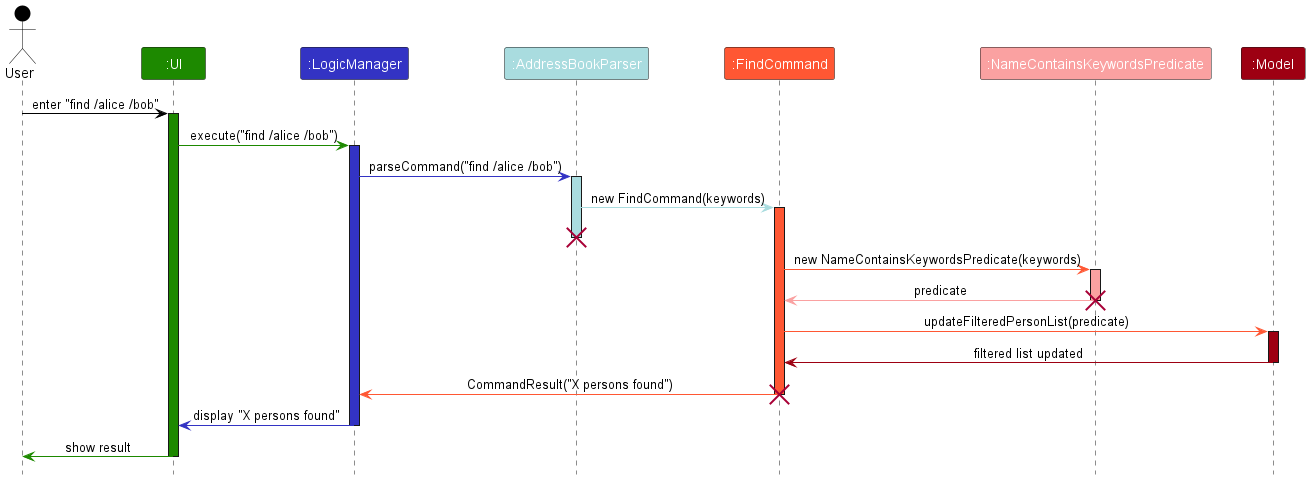
Earlier version of the PlantUML export docs/images/FindSequenceDiagram.png (Emberlynn-Loo/tp).
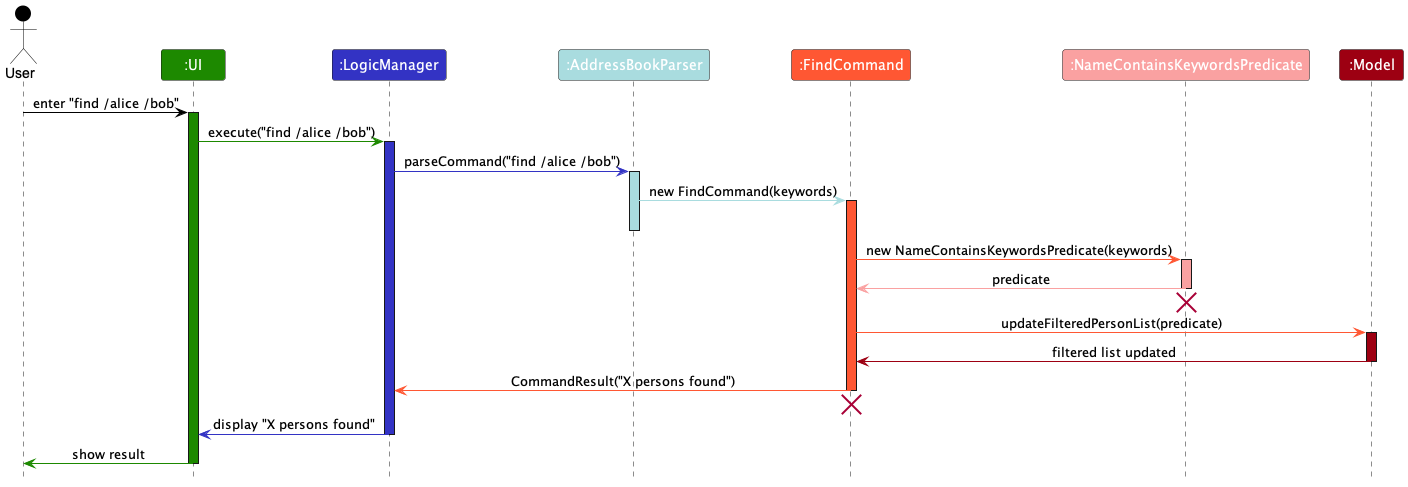
The same file after the commit.

The edit, as a diff of the source:
```diff
@@ -30,13 +30,13 @@
 parser -[ABPARSER_COLOR]> findCommand : new FindCommand(keywords)
 activate findCommand FINDCOMMAND_COLOR
 deactivate parser
-destroy parser
 
 findCommand -[FINDCOMMAND_COLOR]> predicate : new NameContainsKeywordsPredicate(keywords)
 activate predicate PREDICATE_COLOR
 
 predicate -[PREDICATE_COLOR]> findCommand : predicate
 deactivate predicate
+predicate --[HIDDEN]> findCommand :
 destroy predicate
 
 findCommand -[FINDCOMMAND_COLOR]> model : updateFilteredPersonList(predicate)
@@ -47,6 +47,7 @@
 
 findCommand -[FINDCOMMAND_COLOR]> logic : CommandResult("X persons found")
 deactivate findCommand
+findCommand --[HIDDEN]> :
 destroy findCommand
 
 logic -[LOGIC_COLOR]> ui : display "X persons found"
```
